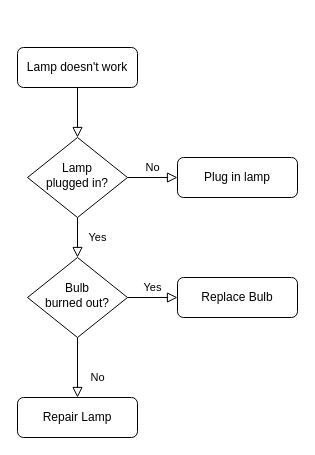
Earlier version of the draw.io diagram flowChart.drawio (MidnightPaws/haunted-mansion-room). Source tidied: cells renumbered, new cells numbered last; positions are measured from the earlier drawing's top-left corner, leaving out a move shared by most shapes. Both pictures are drawn from the tidied source at 100%, with x=0, y=0 at pixel (17, 47).
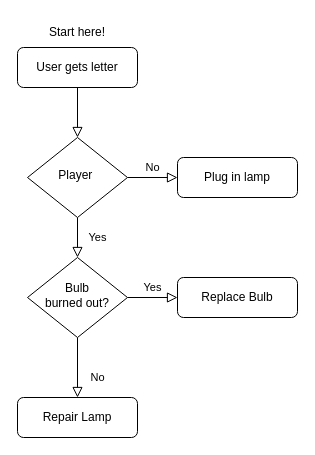
The same page after the edit.

Change to the diagram source:
```diff
@@
 <mxGraphModel>
   <root>
     <mxCell id="0" />
     <mxCell id="1" parent="0" />
     <mxCell id="2" style="rounded=0;html=1;jettySize=auto;fontSize=11;endArrow=block;endFill=0;endSize=8;strokeWidth=1;shadow=0;labelBackgroundColor=none;edgeStyle=orthogonalEdgeStyle;" parent="1" edge="1" source="3" target="6">
       <mxGeometry relative="1" as="geometry" />
     </mxCell>
-    <mxCell id="3" value="Lamp doesn't work" style="rounded=1;whiteSpace=wrap;html=1;fontSize=12;glass=0;strokeWidth=1;shadow=0;" parent="1" vertex="1">
+    <mxCell id="3" value="User gets letter" style="rounded=1;whiteSpace=wrap;html=1;fontSize=12;glass=0;strokeWidth=1;shadow=0;" parent="1" vertex="1">
       <mxGeometry width="120" height="40" as="geometry" />
     </mxCell>
     <mxCell id="4" value="Yes" style="rounded=0;html=1;jettySize=auto;fontSize=11;endArrow=block;endFill=0;endSize=8;strokeWidth=1;shadow=0;labelBackgroundColor=none;edgeStyle=orthogonalEdgeStyle;" parent="1" edge="1" source="6" target="10">
       <mxGeometry y="20" relative="1" as="geometry" />
     </mxCell>
     <mxCell id="5" value="No" style="edgeStyle=orthogonalEdgeStyle;rounded=0;html=1;jettySize=auto;fontSize=11;endArrow=block;endFill=0;endSize=8;strokeWidth=1;shadow=0;labelBackgroundColor=none;" parent="1" edge="1" source="6" target="7">
       <mxGeometry y="10" relative="1" as="geometry" />
     </mxCell>
-    <mxCell id="6" value="Lamp&lt;br&gt;plugged in?" style="rhombus;whiteSpace=wrap;html=1;shadow=0;fontFamily=Helvetica;fontSize=12;align=center;strokeWidth=1;spacing=6;spacingTop=-4;" parent="1" vertex="1">
+    <mxCell id="6" value="Player&amp;nbsp;" style="rhombus;whiteSpace=wrap;html=1;shadow=0;fontFamily=Helvetica;fontSize=12;align=center;strokeWidth=1;spacing=6;spacingTop=-4;" parent="1" vertex="1">
       <mxGeometry x="10" y="90" width="100" height="80" as="geometry" />
     </mxCell>
     <mxCell id="7" value="Plug in lamp" style="rounded=1;whiteSpace=wrap;html=1;fontSize=12;glass=0;strokeWidth=1;shadow=0;" parent="1" vertex="1">
       <mxGeometry x="160" y="110" width="120" height="40" as="geometry" />
     </mxCell>
     <mxCell id="8" value="No" style="rounded=0;html=1;jettySize=auto;fontSize=11;endArrow=block;endFill=0;endSize=8;strokeWidth=1;shadow=0;labelBackgroundColor=none;edgeStyle=orthogonalEdgeStyle;" parent="1" edge="1" source="10" target="11">
       <mxGeometry x="0.33" y="20" relative="1" as="geometry" />
     </mxCell>
     <mxCell id="9" value="Yes" style="edgeStyle=orthogonalEdgeStyle;rounded=0;html=1;jettySize=auto;fontSize=11;endArrow=block;endFill=0;endSize=8;strokeWidth=1;shadow=0;labelBackgroundColor=none;" parent="1" edge="1" source="10" target="12">
       <mxGeometry y="10" relative="1" as="geometry" />
     </mxCell>
     <mxCell id="10" value="Bulb&lt;br&gt;burned out?" style="rhombus;whiteSpace=wrap;html=1;shadow=0;fontFamily=Helvetica;fontSize=12;align=center;strokeWidth=1;spacing=6;spacingTop=-4;" parent="1" vertex="1">
       <mxGeometry x="10" y="210" width="100" height="80" as="geometry" />
     </mxCell>
     <mxCell id="11" value="Repair Lamp" style="rounded=1;whiteSpace=wrap;html=1;fontSize=12;glass=0;strokeWidth=1;shadow=0;" parent="1" vertex="1">
       <mxGeometry y="350" width="120" height="40" as="geometry" />
     </mxCell>
     <mxCell id="12" value="Replace Bulb" style="rounded=1;whiteSpace=wrap;html=1;fontSize=12;glass=0;strokeWidth=1;shadow=0;" parent="1" vertex="1">
       <mxGeometry x="160" y="230" width="120" height="40" as="geometry" />
     </mxCell>
+    <mxCell id="13" value="Start here!" style="text;html=1;strokeColor=none;fillColor=none;align=center;verticalAlign=middle;whiteSpace=wrap;rounded=0;" parent="1" vertex="1">
+      <mxGeometry x="30" y="-30" width="60" height="30" as="geometry" />
+    </mxCell>
   </root>
 </mxGraphModel>
```
